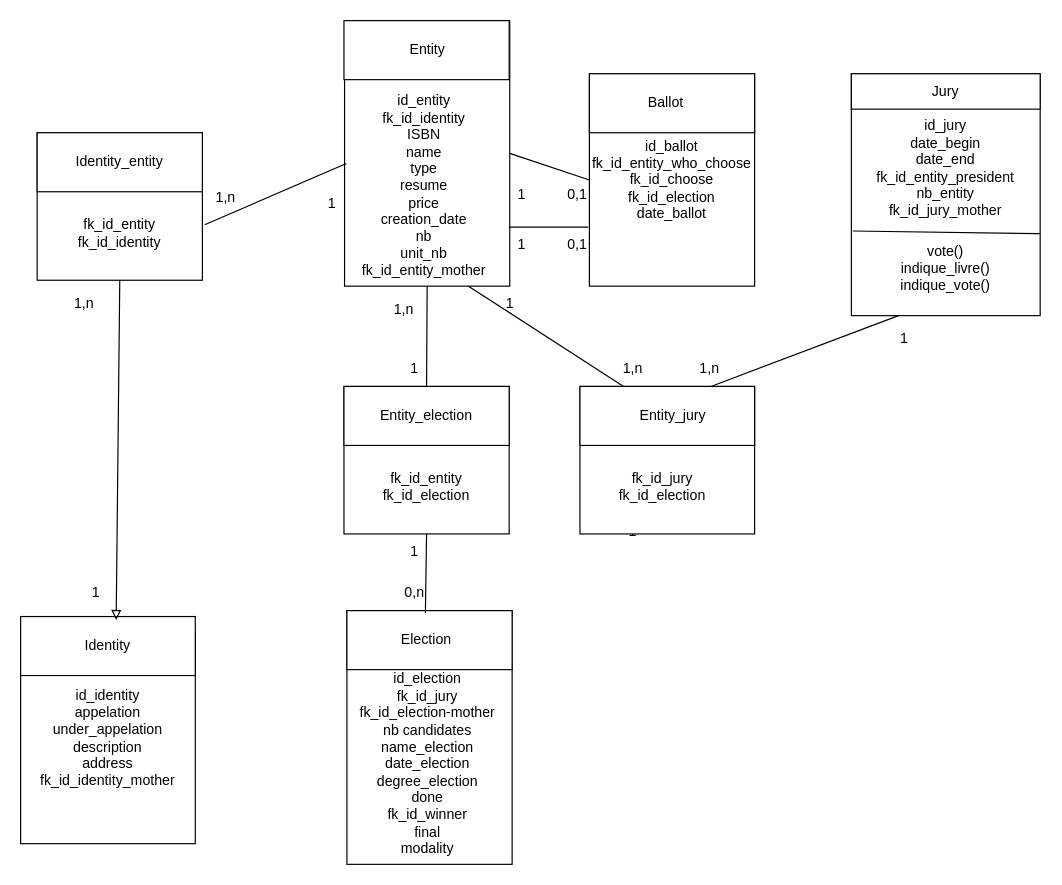
phpfms/Eval_Goncourt keeps this draw.io diagram as Documentation/Diagramme_des_classes/Diagramme_des_classes.drawio. Above is the earlier version. Source tidied: cells renumbered, new cells numbered last; positions are measured from the earlier drawing's top-left corner, leaving out a move shared by most shapes. Both pictures are drawn from the tidied source at 118%, with x=0, y=0 at pixel (20, 20).
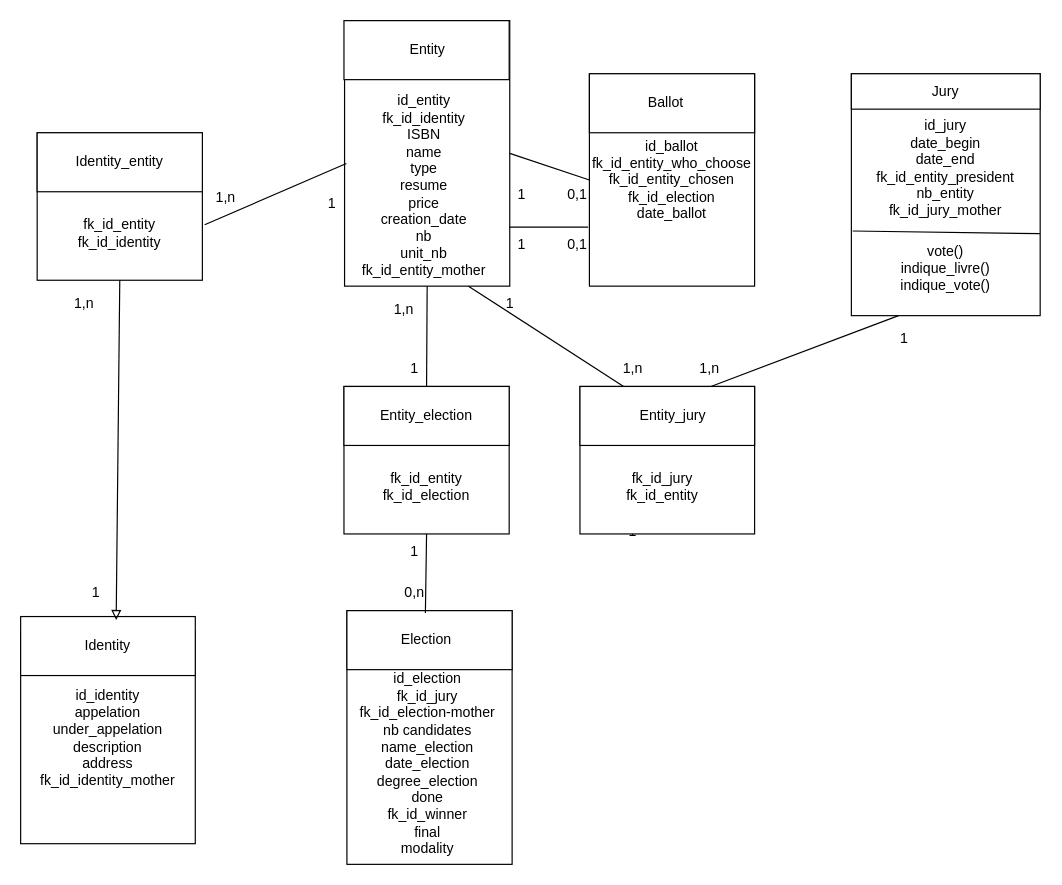
Above is the later version.

Diff of the diagram source:
```diff
@@
-    <mxCell id="14" value="&lt;div&gt;id_ballot&lt;/div&gt;&lt;div&gt;fk_id_entity_who_choose&lt;br&gt;fk_i&lt;span style=&quot;background-color: transparent; color: light-dark(rgb(0, 0, 0), rgb(255, 255, 255));&quot;&gt;d_choose&lt;/span&gt;&lt;/div&gt;&lt;div&gt;&lt;span style=&quot;background-color: transparent; color: light-dark(rgb(0, 0, 0), rgb(255, 255, 255));&quot;&gt;fk_id_election&lt;/span&gt;&lt;/div&gt;&lt;div&gt;date_ballot&lt;/div&gt;" style="rounded=0;whiteSpace=wrap;html=1;" parent="1" vertex="1">
+    <mxCell id="14" value="&lt;div&gt;id_ballot&lt;/div&gt;&lt;div&gt;fk_id_entity_who_choose&lt;br&gt;fk_i&lt;span style=&quot;background-color: transparent; color: light-dark(rgb(0, 0, 0), rgb(255, 255, 255));&quot;&gt;d_entity_chosen&lt;/span&gt;&lt;/div&gt;&lt;div&gt;&lt;span style=&quot;background-color: transparent; color: light-dark(rgb(0, 0, 0), rgb(255, 255, 255));&quot;&gt;fk_id_election&lt;/span&gt;&lt;/div&gt;&lt;div&gt;date_ballot&lt;/div&gt;" style="rounded=0;whiteSpace=wrap;html=1;" parent="1" vertex="1">
       <mxGeometry x="482" y="45" width="140" height="180" as="geometry" />
     </mxCell>
@@
-    <mxCell id="25" value="&lt;div&gt;&lt;span style=&quot;background-color: transparent; color: light-dark(rgb(0, 0, 0), rgb(255, 255, 255));&quot;&gt;fk_id_jury&lt;/span&gt;&lt;/div&gt;&lt;div&gt;&lt;div&gt;fk_id_election&lt;/div&gt;&lt;/div&gt;" style="text;html=1;whiteSpace=wrap;strokeColor=none;fillColor=none;align=center;verticalAlign=middle;rounded=0;" parent="1" vertex="1">
-      <mxGeometry x="494" y="375" width="100" height="40" as="geometry" />
+    <mxCell id="25" value="&lt;div&gt;&lt;span style=&quot;background-color: transparent; color: light-dark(rgb(0, 0, 0), rgb(255, 255, 255));&quot;&gt;fk_id_jury&lt;/span&gt;&lt;/div&gt;&lt;div&gt;&lt;div&gt;fk_id_entity&lt;/div&gt;&lt;/div&gt;" style="text;html=1;whiteSpace=wrap;strokeColor=none;fillColor=none;align=center;verticalAlign=middle;rounded=0;" parent="1" vertex="1">
+      <mxGeometry x="504" y="375" width="80" height="40" as="geometry" />
     </mxCell>
```
